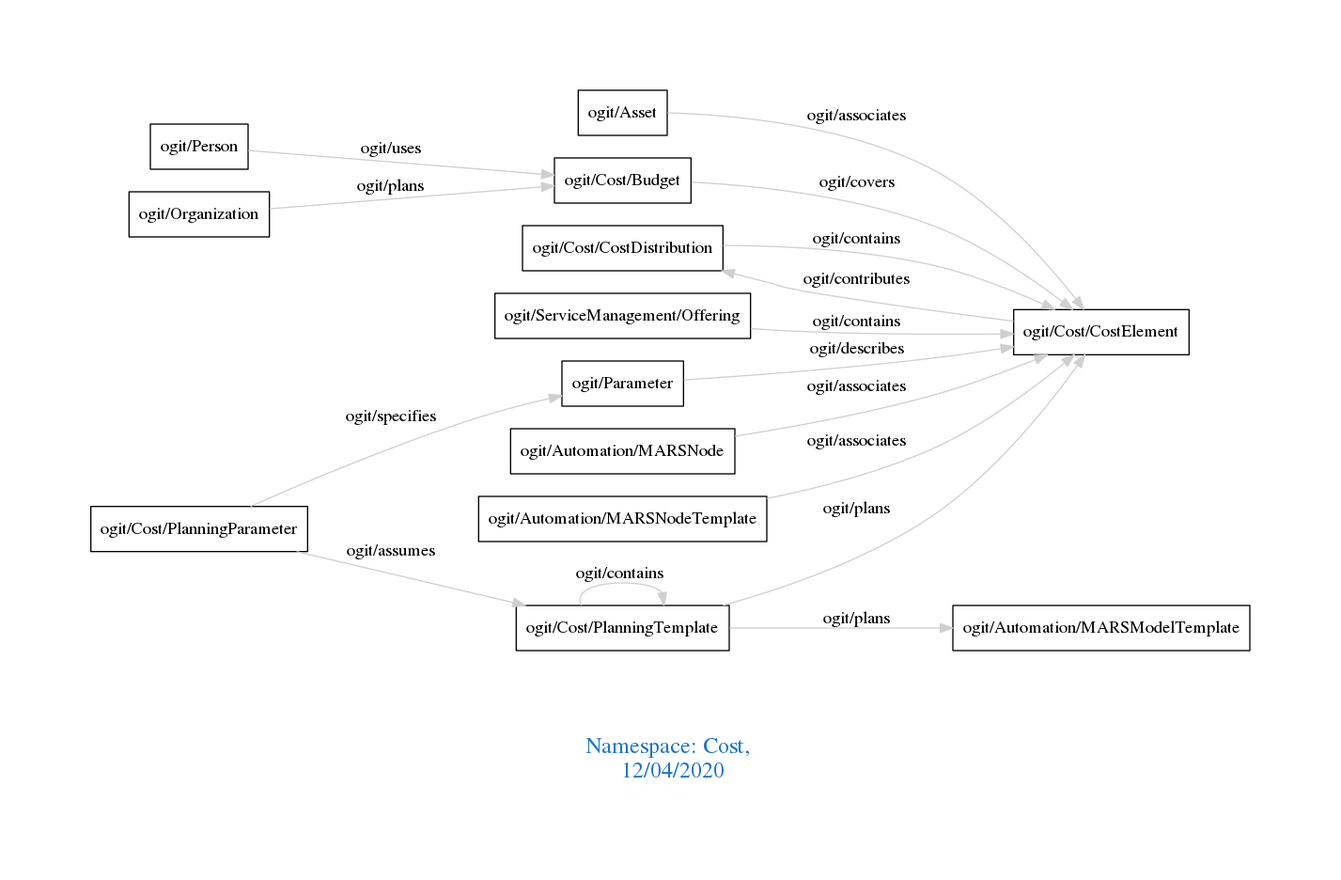
This is downloads/Cost.png from arago/OGIT, a Graphviz export, as it was before one commit. Its source is kept beside it as downloads/Cost.dot.
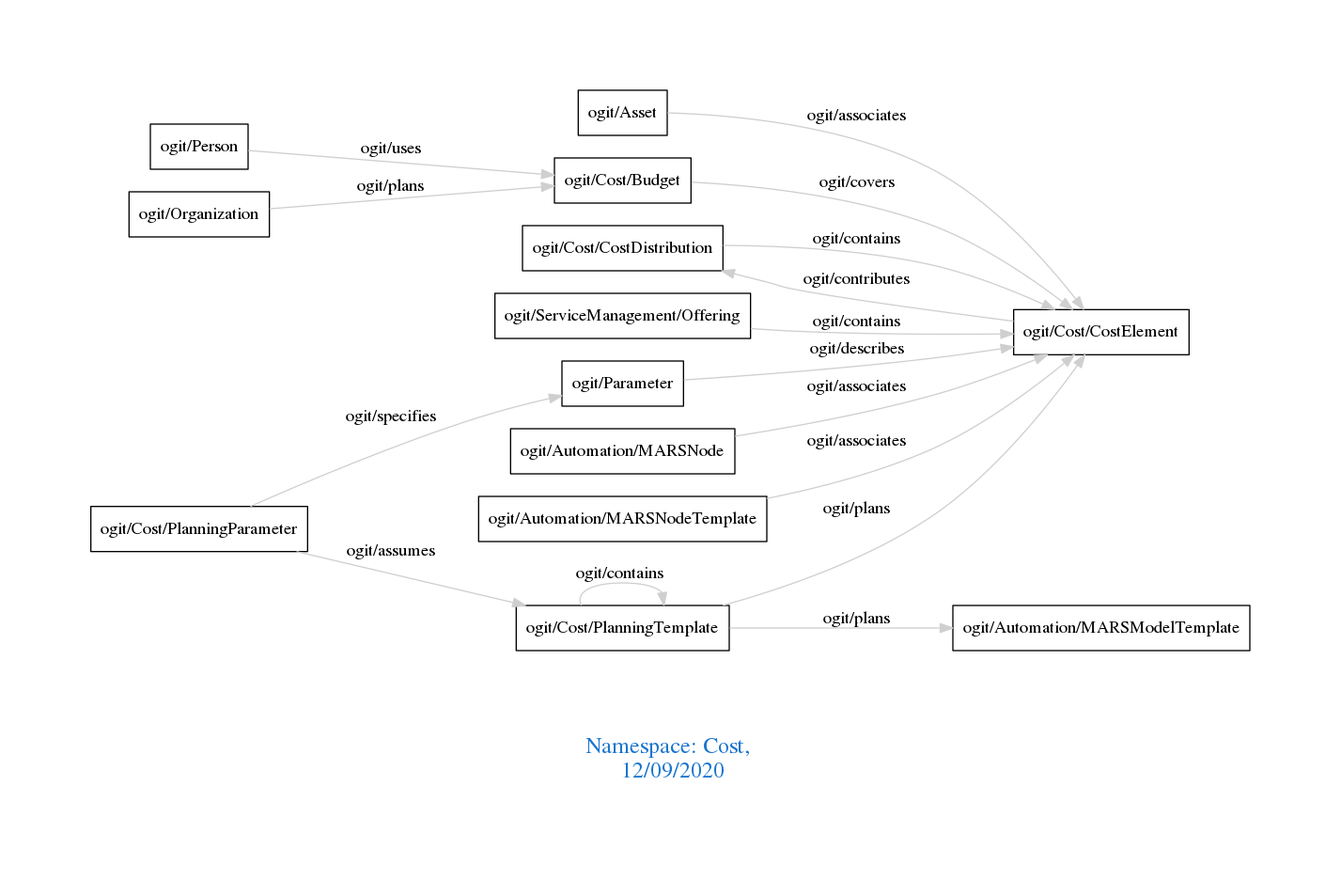
Later version of the same file.

Change to the diagram source:
```diff
@@ -1,7 +1,7 @@
 digraph OGIT_ontology {
  graph [ rankdir= LR,pad=1
 fontsize = 18,
-fontcolor= dodgerblue3,label = "\n\n\nNamespace: Cost, \n 12/04/2020"];
+fontcolor= dodgerblue3,label = "\n\n\nNamespace: Cost, \n 12/09/2020"];
 node[shape=polygon];
 edge [  color="gray81"];
 
```
